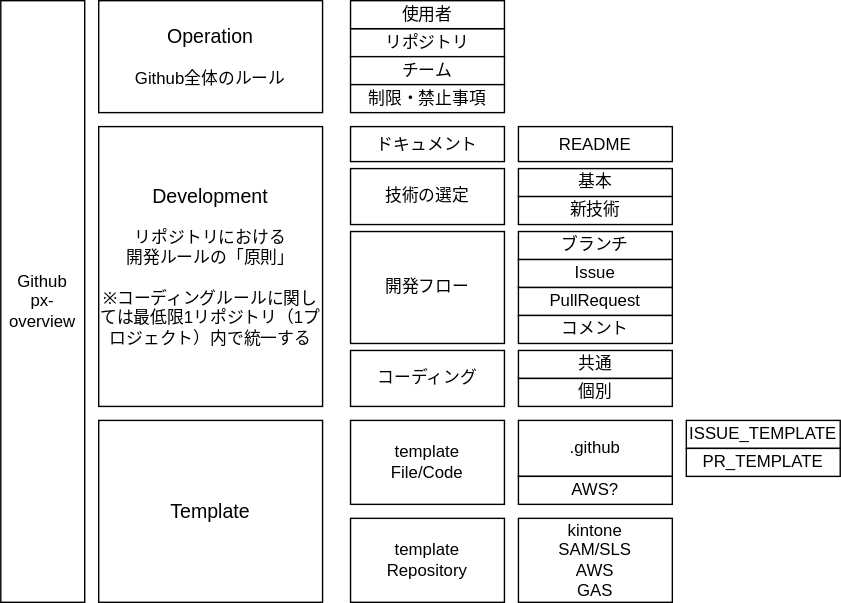
Before: docs/px-overview.drawio.svg, a diagram exported from draw.io (prime-x-co-ltd/px-overview). Source tidied: cells renumbered, new cells last; positions are measured from the earlier drawing's top-left corner, leaving out a move shared by most shapes.
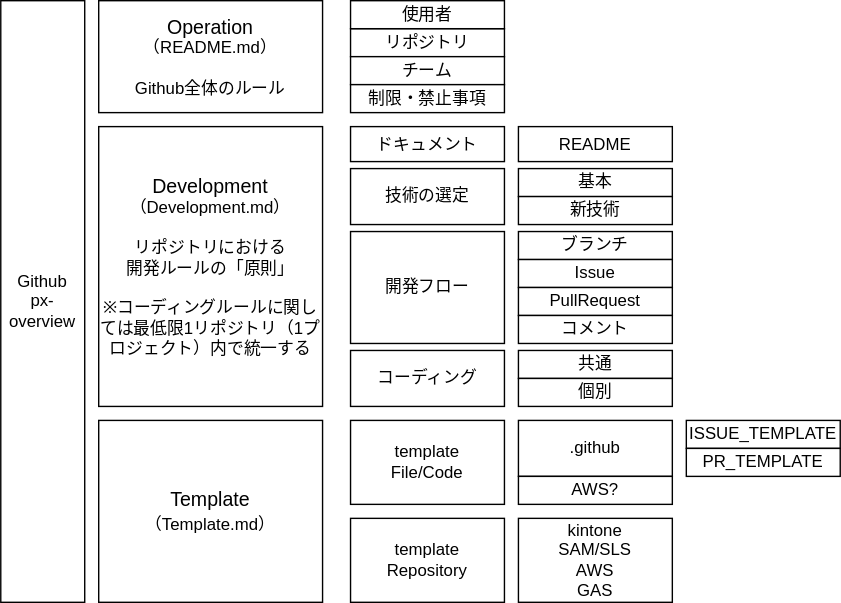
The same diagram one commit later.

Diff of the diagram source:
```diff
@@ -5,7 +5,7 @@
     <mxCell id="2" value="Github&lt;br&gt;px-overview" style="rounded=1;whiteSpace=wrap;html=1;arcSize=0;" parent="1" vertex="1">
       <mxGeometry width="60" height="430" as="geometry" />
     </mxCell>
-    <mxCell id="3" value="&lt;font style=&quot;font-size: 14px&quot;&gt;Operation&lt;/font&gt;&lt;br&gt;&lt;br&gt;Github全体のルール" style="rounded=1;whiteSpace=wrap;html=1;arcSize=0;" parent="1" vertex="1">
+    <mxCell id="3" value="&lt;font style=&quot;font-size: 14px&quot;&gt;Operation&lt;br&gt;&lt;/font&gt;（README.md）&lt;br&gt;&lt;br&gt;Github全体のルール" style="rounded=1;whiteSpace=wrap;html=1;arcSize=0;" parent="1" vertex="1">
       <mxGeometry x="70" width="160" height="80" as="geometry" />
     </mxCell>
     <mxCell id="4" value="リポジトリ" style="rounded=1;whiteSpace=wrap;html=1;arcSize=0;" parent="1" vertex="1">
@@ -14,7 +14,7 @@
     <mxCell id="5" value="チーム" style="rounded=1;whiteSpace=wrap;html=1;arcSize=0;" parent="1" vertex="1">
       <mxGeometry x="250" y="40" width="110" height="20" as="geometry" />
     </mxCell>
-    <mxCell id="6" value="&lt;span style=&quot;font-size: 14px&quot;&gt;Development&lt;/span&gt;&lt;br&gt;&lt;br&gt;リポジトリにおける&lt;br&gt;開発ルールの「原則」&lt;br&gt;&lt;br&gt;※コーディングルールに関しては最低限1リポジトリ（1プロジェクト）内で統一する" style="rounded=1;whiteSpace=wrap;html=1;arcSize=0;" parent="1" vertex="1">
+    <mxCell id="6" value="&lt;span style=&quot;font-size: 14px&quot;&gt;Development&lt;br&gt;&lt;/span&gt;（Development.md）&lt;br&gt;&lt;br&gt;リポジトリにおける&lt;br&gt;開発ルールの「原則」&lt;br&gt;&lt;br&gt;※コーディングルールに関しては最低限1リポジトリ（1プロジェクト）内で統一する" style="rounded=1;whiteSpace=wrap;html=1;arcSize=0;" parent="1" vertex="1">
       <mxGeometry x="70" y="90" width="160" height="200" as="geometry" />
     </mxCell>
     <mxCell id="7" value="ブランチ" style="rounded=1;whiteSpace=wrap;html=1;arcSize=0;" parent="1" vertex="1">
@@ -26,7 +26,7 @@
     <mxCell id="9" value="コーディング" style="rounded=1;whiteSpace=wrap;html=1;arcSize=0;" parent="1" vertex="1">
       <mxGeometry x="250" y="250" width="110" height="40" as="geometry" />
     </mxCell>
-    <mxCell id="10" value="&lt;font style=&quot;font-size: 14px&quot;&gt;Template&lt;/font&gt;" style="rounded=1;whiteSpace=wrap;html=1;arcSize=0;" parent="1" vertex="1">
+    <mxCell id="10" value="&lt;font style=&quot;font-size: 14px&quot;&gt;Template&lt;br&gt;&lt;span style=&quot;font-size: 12px&quot;&gt;（Template.md）&lt;/span&gt;&lt;br&gt;&lt;/font&gt;" style="rounded=1;whiteSpace=wrap;html=1;arcSize=0;" parent="1" vertex="1">
       <mxGeometry x="70" y="300" width="160" height="130" as="geometry" />
     </mxCell>
     <mxCell id="11" value="template&lt;br&gt;File/Code" style="rounded=1;whiteSpace=wrap;html=1;arcSize=0;" parent="1" vertex="1">
```
